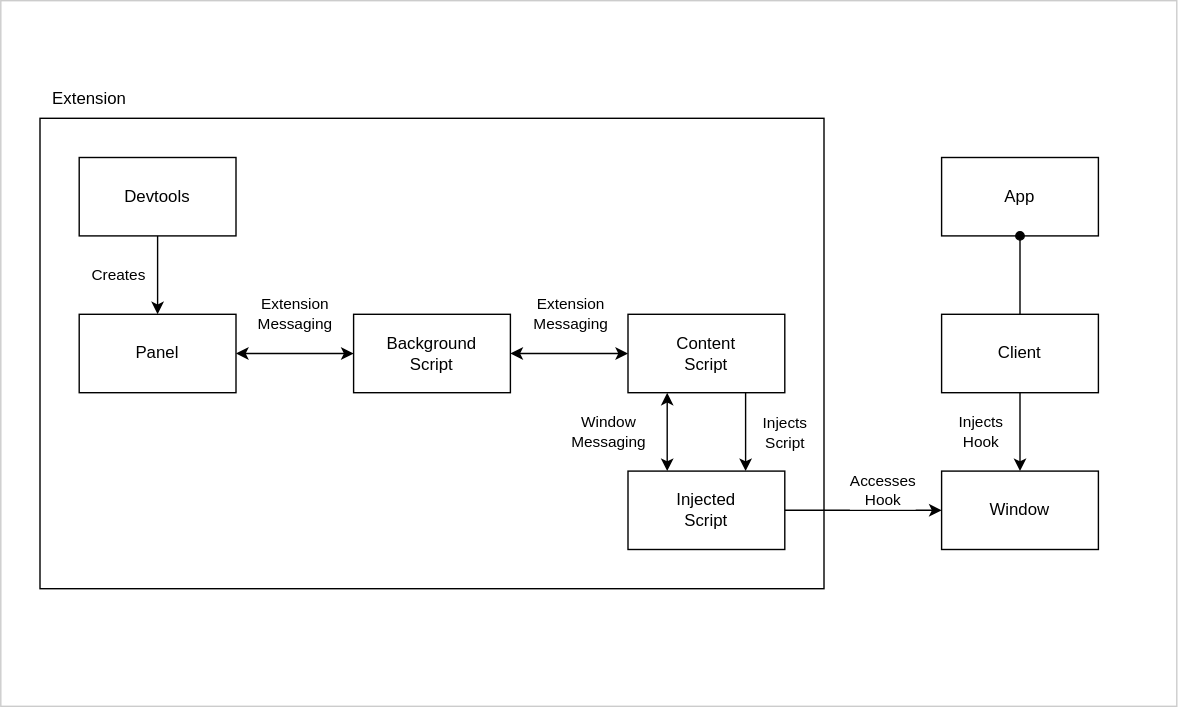
Above: docs/design/diagrams/devtools.drawio.svg in dxos/dxos (draw.io), before the change. Source tidied: cells renumbered, new cells last; positions are measured from the earlier drawing's top-left corner, leaving out a move shared by most shapes. Its diagram source:
```xml
<mxGraphModel>
  <root>
    <mxCell id="0" />
    <mxCell id="1" parent="0" />
    <mxCell id="2" style="rounded=0;whiteSpace=wrap;html=1;fillColor=none;strokeColor=#CCCCCC;" parent="1" vertex="1">
      <mxGeometry width="840" height="504" as="geometry" />
    </mxCell>
    <mxCell id="3" style="rounded=0;whiteSpace=wrap;html=1;" parent="1" vertex="1">
      <mxGeometry x="28" y="84" width="560" height="336" as="geometry" />
    </mxCell>
    <mxCell id="4" style="edgeStyle=orthogonalEdgeStyle;rounded=0;html=1;startArrow=classic;startFill=1;endArrow=classic;endFill=1;" parent="1" edge="1" source="6" target="20">
      <mxGeometry relative="1" as="geometry" />
    </mxCell>
    <mxCell id="5" value="Extension&lt;br&gt;Messaging" style="edgeLabel;html=1;align=center;verticalAlign=middle;" parent="4" vertex="1">
      <mxGeometry x="-0.3" relative="1" as="geometry">
        <mxPoint x="-13" y="-28" as="offset" />
      </mxGeometry>
    </mxCell>
    <mxCell id="6" value="Background&lt;br&gt;Script" style="rounded=0;whiteSpace=wrap;html=1;" parent="1" vertex="1">
      <mxGeometry x="252" y="224" width="112" height="56" as="geometry" />
    </mxCell>
    <mxCell id="7" style="edgeStyle=orthogonalEdgeStyle;html=1;startArrow=none;startFill=0;endArrow=classic;endFill=1;rounded=0;entryX=0.75;entryY=0;entryDx=0;entryDy=0;" parent="1" edge="1" target="16">
      <mxGeometry relative="1" as="geometry">
        <mxPoint x="532" y="280" as="sourcePoint" />
      </mxGeometry>
    </mxCell>
    <mxCell id="8" value="Injects&lt;br&gt;Script" style="edgeLabel;html=1;align=center;verticalAlign=middle;" parent="7" vertex="1">
      <mxGeometry x="-0.33" y="1" relative="1" as="geometry">
        <mxPoint x="27" y="10" as="offset" />
      </mxGeometry>
    </mxCell>
    <mxCell id="9" style="edgeStyle=orthogonalEdgeStyle;rounded=0;html=1;startArrow=classic;startFill=1;endArrow=classic;endFill=1;" parent="1" edge="1" source="11" target="6">
      <mxGeometry relative="1" as="geometry" />
    </mxCell>
    <mxCell id="10" value="Extension&lt;br&gt;Messaging" style="edgeLabel;html=1;align=center;verticalAlign=middle;" parent="9" vertex="1">
      <mxGeometry x="0.33" y="1" relative="1" as="geometry">
        <mxPoint x="14" y="-29" as="offset" />
      </mxGeometry>
    </mxCell>
    <mxCell id="11" value="Content&lt;br&gt;Script" style="rounded=0;whiteSpace=wrap;html=1;" parent="1" vertex="1">
      <mxGeometry x="448" y="224" width="112" height="56" as="geometry" />
    </mxCell>
    <mxCell id="12" style="edgeStyle=orthogonalEdgeStyle;html=1;startArrow=none;startFill=0;endArrow=classic;endFill=1;rounded=0;" parent="1" edge="1" source="16" target="26">
      <mxGeometry relative="1" as="geometry" />
    </mxCell>
    <mxCell id="13" value="Accesses&lt;br&gt;Hook" style="edgeLabel;html=1;align=center;verticalAlign=middle;" parent="12" vertex="1">
      <mxGeometry x="-0.2" y="-2" relative="1" as="geometry">
        <mxPoint x="25" y="-16" as="offset" />
      </mxGeometry>
    </mxCell>
    <mxCell id="14" style="edgeStyle=orthogonalEdgeStyle;rounded=0;html=1;exitX=0.25;exitY=0;exitDx=0;exitDy=0;startArrow=classic;startFill=1;endArrow=classic;endFill=1;entryX=0.25;entryY=1;entryDx=0;entryDy=0;" parent="1" edge="1" source="16" target="11">
      <mxGeometry relative="1" as="geometry" />
    </mxCell>
    <mxCell id="15" value="Window&lt;br&gt;Messaging" style="edgeLabel;html=1;align=center;verticalAlign=middle;" parent="14" vertex="1">
      <mxGeometry x="0.2" y="-3" relative="1" as="geometry">
        <mxPoint x="-45" y="5" as="offset" />
      </mxGeometry>
    </mxCell>
    <mxCell id="16" value="Injected&lt;br&gt;Script" style="rounded=0;whiteSpace=wrap;html=1;" parent="1" vertex="1">
      <mxGeometry x="448" y="336" width="112" height="56" as="geometry" />
    </mxCell>
    <mxCell id="17" style="edgeStyle=orthogonalEdgeStyle;html=1;startArrow=none;startFill=0;endArrow=classic;endFill=1;rounded=0;" parent="1" edge="1" source="19" target="20">
      <mxGeometry relative="1" as="geometry" />
    </mxCell>
    <mxCell id="18" value="Creates" style="edgeLabel;html=1;align=center;verticalAlign=middle;" parent="17" vertex="1">
      <mxGeometry x="-0.25" y="-2" relative="1" as="geometry">
        <mxPoint x="-26" y="7" as="offset" />
      </mxGeometry>
    </mxCell>
    <mxCell id="19" value="Devtools" style="rounded=0;whiteSpace=wrap;html=1;" parent="1" vertex="1">
      <mxGeometry x="56" y="112" width="112" height="56" as="geometry" />
    </mxCell>
    <mxCell id="20" value="Panel" style="rounded=0;whiteSpace=wrap;html=1;" parent="1" vertex="1">
      <mxGeometry x="56" y="224" width="112" height="56" as="geometry" />
    </mxCell>
    <mxCell id="21" value="App" style="rounded=0;whiteSpace=wrap;html=1;" parent="1" vertex="1">
      <mxGeometry x="672" y="112" width="112" height="56" as="geometry" />
    </mxCell>
    <mxCell id="22" style="edgeStyle=orthogonalEdgeStyle;html=1;startArrow=none;startFill=0;endArrow=classic;endFill=1;rounded=0;" parent="1" edge="1" source="24" target="26">
      <mxGeometry relative="1" as="geometry" />
    </mxCell>
    <mxCell id="23" value="Injects&lt;br&gt;Hook" style="edgeLabel;html=1;align=center;verticalAlign=middle;" parent="22" vertex="1">
      <mxGeometry x="-0.26" y="-2" relative="1" as="geometry">
        <mxPoint x="-26" y="7" as="offset" />
      </mxGeometry>
    </mxCell>
    <mxCell id="24" value="Client" style="rounded=0;whiteSpace=wrap;html=1;" parent="1" vertex="1">
      <mxGeometry x="672" y="224" width="112" height="56" as="geometry" />
    </mxCell>
    <mxCell id="25" style="edgeStyle=orthogonalEdgeStyle;html=1;startArrow=oval;startFill=1;endArrow=none;endFill=0;rounded=0;" parent="1" edge="1" source="21" target="24">
      <mxGeometry relative="1" as="geometry" />
    </mxCell>
    <mxCell id="26" value="Window" style="rounded=0;whiteSpace=wrap;html=1;" parent="1" vertex="1">
      <mxGeometry x="672" y="336" width="112" height="56" as="geometry" />
    </mxCell>
    <mxCell id="27" value="Extension" style="text;html=1;align=center;verticalAlign=middle;strokeColor=none;fillColor=none;" parent="1" vertex="1">
      <mxGeometry x="28" y="56" width="70" height="28" as="geometry" />
    </mxCell>
  </root>
</mxGraphModel>
```
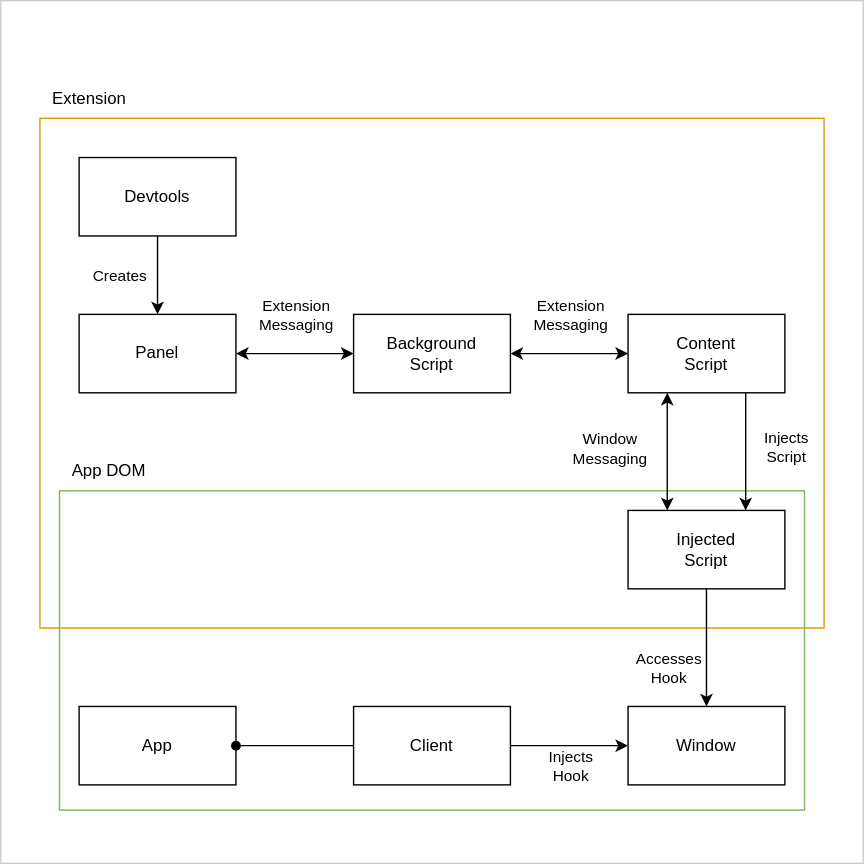
The same file after the commit.

Diff of the diagram source:
```diff
@@ -3,11 +3,14 @@
     <mxCell id="0" />
     <mxCell id="1" parent="0" />
     <mxCell id="2" style="rounded=0;whiteSpace=wrap;html=1;fillColor=none;strokeColor=#CCCCCC;" parent="1" vertex="1">
-      <mxGeometry width="840" height="504" as="geometry" />
+      <mxGeometry width="616" height="616" as="geometry" />
     </mxCell>
-    <mxCell id="3" style="rounded=0;whiteSpace=wrap;html=1;" parent="1" vertex="1">
-      <mxGeometry x="28" y="84" width="560" height="336" as="geometry" />
+    <mxCell id="3" style="rounded=0;whiteSpace=wrap;html=1;fillColor=none;strokeColor=#d79b00;" parent="1" vertex="1">
+      <mxGeometry x="28" y="84" width="560" height="364" as="geometry" />
     </mxCell>
+    <mxCell id="28" style="rounded=0;whiteSpace=wrap;html=1;fillColor=none;strokeColor=#82b366;" parent="1" vertex="1">
+      <mxGeometry x="42" y="350" width="532" height="228" as="geometry" />
+    </mxCell>
     <mxCell id="4" style="edgeStyle=orthogonalEdgeStyle;rounded=0;html=1;startArrow=classic;startFill=1;endArrow=classic;endFill=1;" parent="1" edge="1" source="6" target="20">
       <mxGeometry relative="1" as="geometry" />
     </mxCell>
@@ -45,7 +48,7 @@
     </mxCell>
     <mxCell id="13" value="Accesses&lt;br&gt;Hook" style="edgeLabel;html=1;align=center;verticalAlign=middle;" parent="12" vertex="1">
       <mxGeometry x="-0.2" y="-2" relative="1" as="geometry">
-        <mxPoint x="25" y="-16" as="offset" />
+        <mxPoint x="-26" y="22" as="offset" />
       </mxGeometry>
     </mxCell>
     <mxCell id="14" style="edgeStyle=orthogonalEdgeStyle;rounded=0;html=1;exitX=0.25;exitY=0;exitDx=0;exitDy=0;startArrow=classic;startFill=1;endArrow=classic;endFill=1;entryX=0.25;entryY=1;entryDx=0;entryDy=0;" parent="1" edge="1" source="16" target="11">
@@ -57,7 +60,7 @@
       </mxGeometry>
     </mxCell>
     <mxCell id="16" value="Injected&lt;br&gt;Script" style="rounded=0;whiteSpace=wrap;html=1;" parent="1" vertex="1">
-      <mxGeometry x="448" y="336" width="112" height="56" as="geometry" />
+      <mxGeometry x="448" y="364" width="112" height="56" as="geometry" />
     </mxCell>
     <mxCell id="17" style="edgeStyle=orthogonalEdgeStyle;html=1;startArrow=none;startFill=0;endArrow=classic;endFill=1;rounded=0;" parent="1" edge="1" source="19" target="20">
       <mxGeometry relative="1" as="geometry" />
@@ -74,27 +77,30 @@
       <mxGeometry x="56" y="224" width="112" height="56" as="geometry" />
     </mxCell>
     <mxCell id="21" value="App" style="rounded=0;whiteSpace=wrap;html=1;" parent="1" vertex="1">
-      <mxGeometry x="672" y="112" width="112" height="56" as="geometry" />
+      <mxGeometry x="56" y="504" width="112" height="56" as="geometry" />
     </mxCell>
     <mxCell id="22" style="edgeStyle=orthogonalEdgeStyle;html=1;startArrow=none;startFill=0;endArrow=classic;endFill=1;rounded=0;" parent="1" edge="1" source="24" target="26">
       <mxGeometry relative="1" as="geometry" />
     </mxCell>
     <mxCell id="23" value="Injects&lt;br&gt;Hook" style="edgeLabel;html=1;align=center;verticalAlign=middle;" parent="22" vertex="1">
       <mxGeometry x="-0.26" y="-2" relative="1" as="geometry">
-        <mxPoint x="-26" y="7" as="offset" />
+        <mxPoint x="11" y="12" as="offset" />
       </mxGeometry>
     </mxCell>
     <mxCell id="24" value="Client" style="rounded=0;whiteSpace=wrap;html=1;" parent="1" vertex="1">
-      <mxGeometry x="672" y="224" width="112" height="56" as="geometry" />
+      <mxGeometry x="252" y="504" width="112" height="56" as="geometry" />
     </mxCell>
     <mxCell id="25" style="edgeStyle=orthogonalEdgeStyle;html=1;startArrow=oval;startFill=1;endArrow=none;endFill=0;rounded=0;" parent="1" edge="1" source="21" target="24">
       <mxGeometry relative="1" as="geometry" />
     </mxCell>
     <mxCell id="26" value="Window" style="rounded=0;whiteSpace=wrap;html=1;" parent="1" vertex="1">
-      <mxGeometry x="672" y="336" width="112" height="56" as="geometry" />
+      <mxGeometry x="448" y="504" width="112" height="56" as="geometry" />
     </mxCell>
     <mxCell id="27" value="Extension" style="text;html=1;align=center;verticalAlign=middle;strokeColor=none;fillColor=none;" parent="1" vertex="1">
       <mxGeometry x="28" y="56" width="70" height="28" as="geometry" />
     </mxCell>
+    <mxCell id="29" value="App DOM" style="text;html=1;align=center;verticalAlign=middle;strokeColor=none;fillColor=none;" parent="1" vertex="1">
+      <mxGeometry x="42" y="322" width="70" height="28" as="geometry" />
+    </mxCell>
   </root>
 </mxGraphModel>
```
